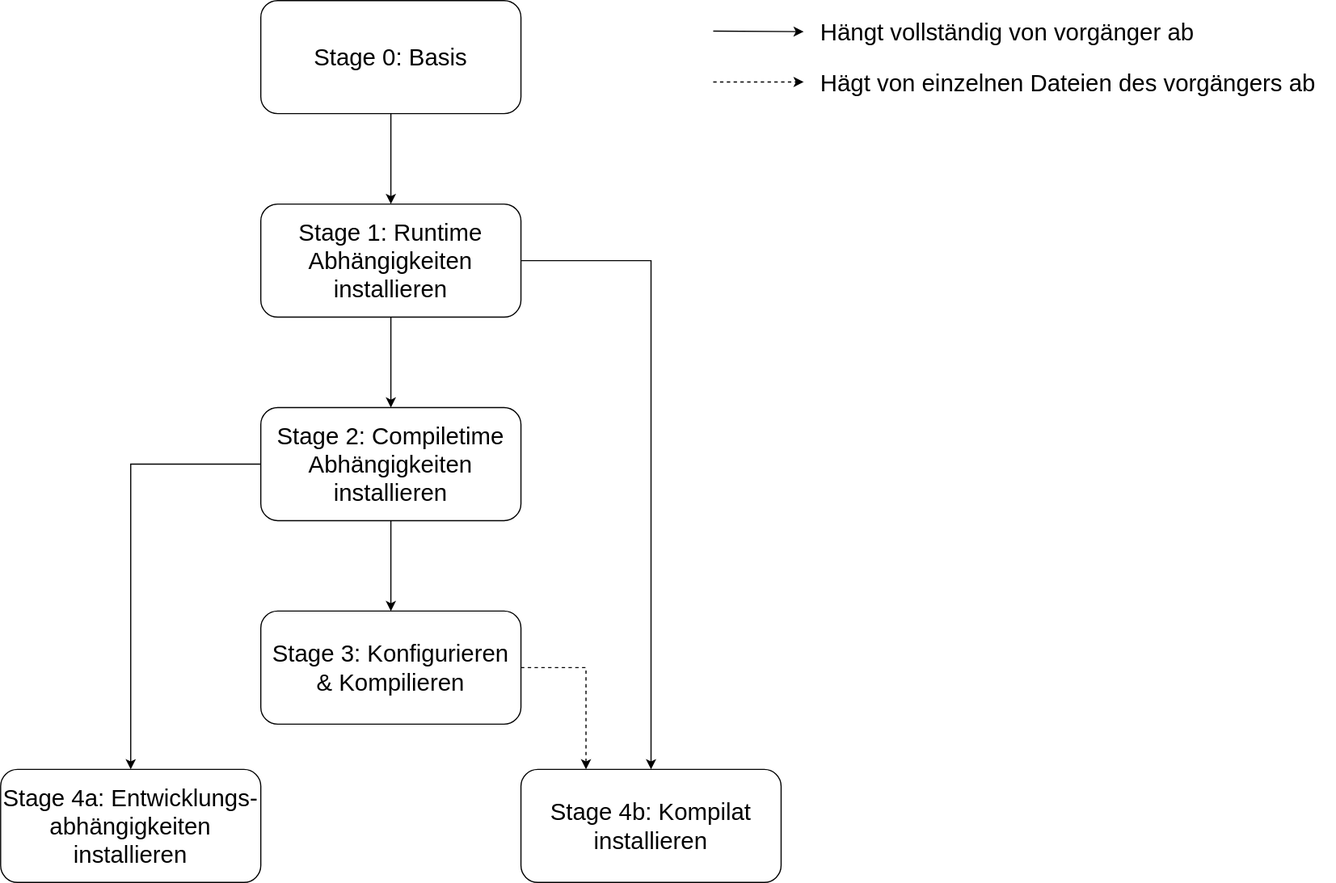
This is figures/modell-containerfile.drawio.svg from FinnHering/bachelor-arbeit, a draw.io export, as it was before one commit. Source tidied: cells renumbered, new cells last; positions are measured from the earlier drawing's top-left corner, leaving out a move shared by most shapes.
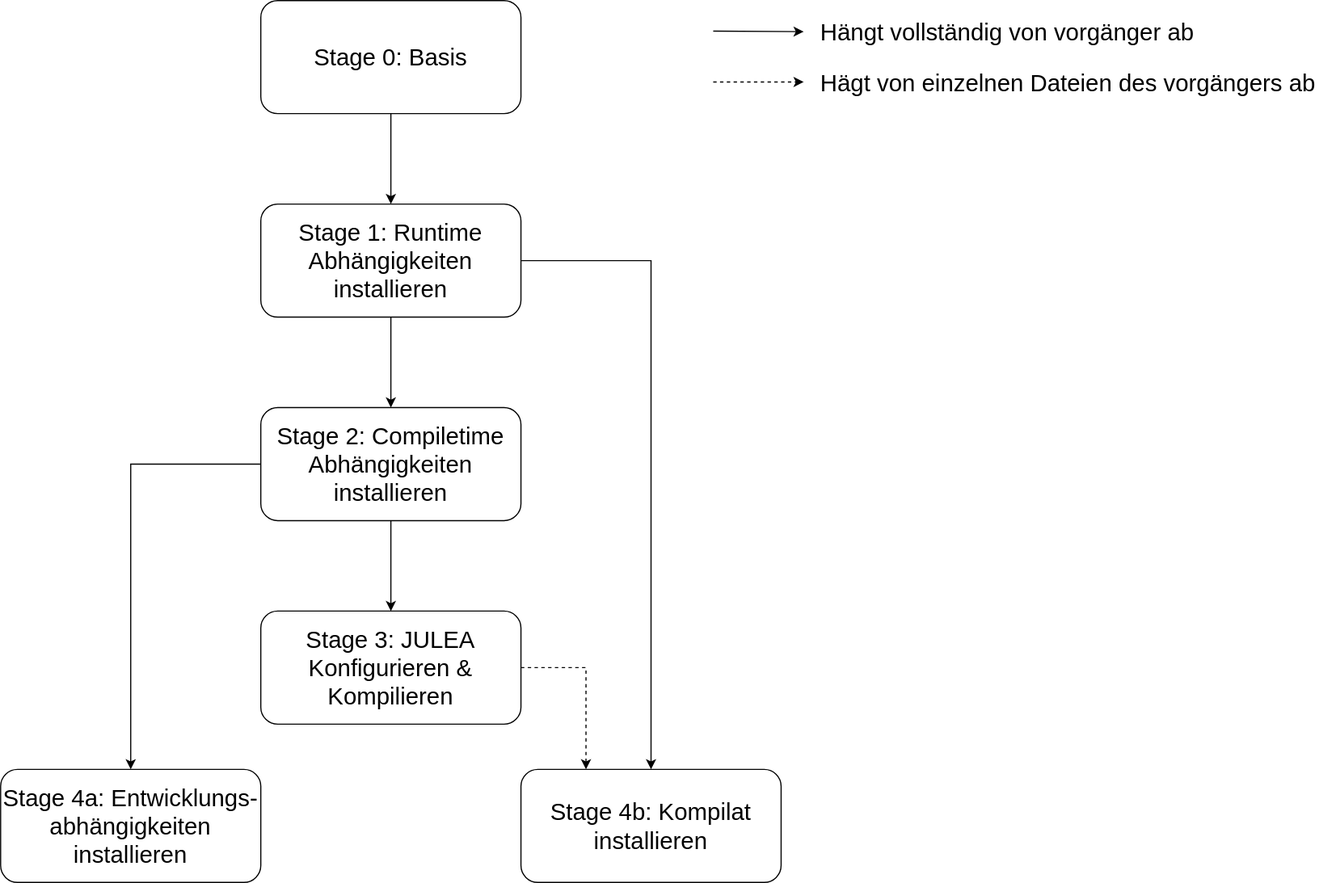
Above is the later version.

Diff of the diagram source:
```diff
@@ -51,7 +51,7 @@
     <mxCell id="14" style="edgeStyle=orthogonalEdgeStyle;rounded=0;jettySize=auto;html=1;exitX=1;exitY=0.5;exitDx=0;exitDy=0;entryX=0.25;entryY=0;entryDx=0;entryDy=0;dashed=1;" parent="1" edge="1" source="15" target="17">
       <mxGeometry relative="1" as="geometry" />
     </mxCell>
-    <mxCell id="15" value="&lt;font style=&quot;font-size: 21px;&quot;&gt;Stage 3: Konfigurieren &amp;amp; Kompilieren&lt;/font&gt;" style="whiteSpace=wrap;html=1;rounded=1;fontSize=21;" parent="1" vertex="1">
+    <mxCell id="15" value="&lt;font style=&quot;font-size: 21px;&quot;&gt;Stage 3: JULEA Konfigurieren &amp;amp; Kompilieren&lt;/font&gt;" style="whiteSpace=wrap;html=1;rounded=1;fontSize=21;" parent="1" vertex="1">
       <mxGeometry x="230" y="540" width="230" height="100" as="geometry" />
     </mxCell>
     <mxCell id="16" value="&lt;font style=&quot;font-size: 21px;&quot;&gt;Stage 4a: Entwicklungs-abhängigkeiten installieren&lt;/font&gt;" style="whiteSpace=wrap;html=1;rounded=1;fontSize=21;" parent="1" vertex="1">
```
